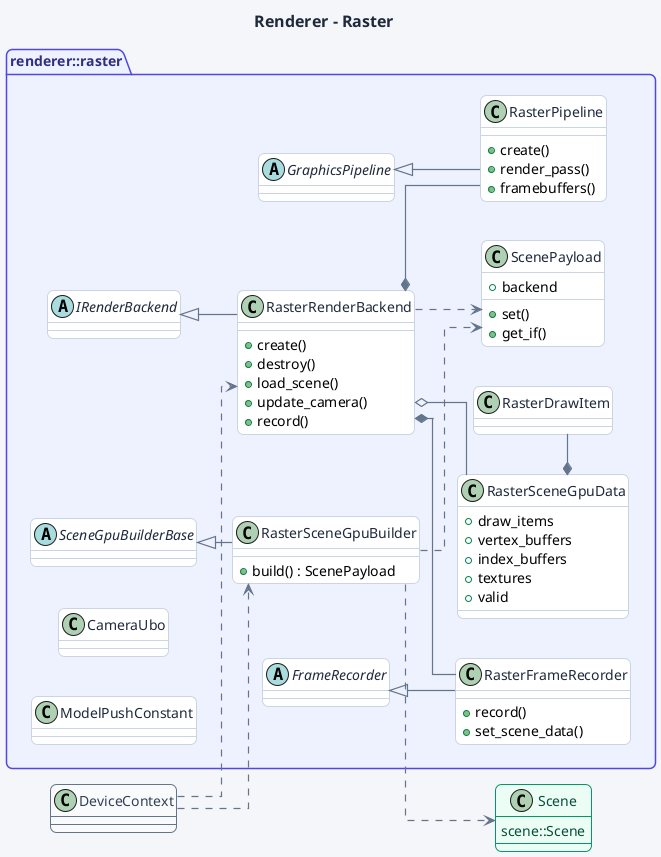
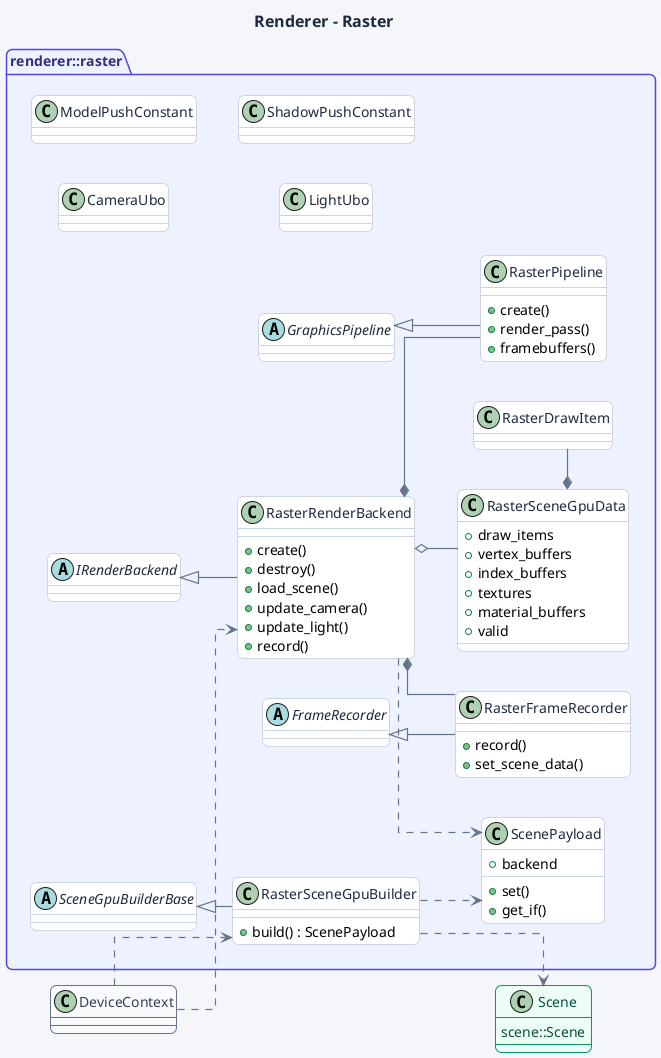
@startuml 06_raster_backend
' Generate: plantuml -tsvg -tpng -o architecture/out architecture/diagrams/06_raster_backend.puml

left to right direction
skinparam linetype ortho

skinparam shadowing false
skinparam roundcorner 12
skinparam handwritten false
skinparam backgroundColor #F4F6F9
skinparam ArrowColor #64748B
skinparam ArrowThickness 1.2
skinparam nodesep 40
skinparam ranksep 35

skinparam class {
  BackgroundColor #FFFFFF
  BorderColor #CBD5E1
  FontColor #1E293B
  BorderThickness 1
}

skinparam classAbstract {
  BackgroundColor #FFFFFF
  BorderColor #334155
  FontStyle italic
}

skinparam package {
  BackgroundColor #EEF2FF
  BorderColor #4F46E5
  FontColor #312E81
  FontStyle bold
  BorderThickness 1.5
}

skinparam title {
  FontColor #1E293B
  FontSize 16
  FontStyle bold
}

title Renderer - Raster

class Scene #ECFDF5;line:059669;text:064E3B {
  scene::Scene
}

class DeviceContext #F8FAFC;line:64748B;text:334155

package "renderer::raster" {

  together {
    abstract class SceneGpuBuilderBase
    class RasterSceneGpuBuilder {
      + build() : ScenePayload
    }
  }

  class ScenePayload {
    + backend
    + set()
    + get_if()
  }

  together {
    abstract class IRenderBackend
    class RasterRenderBackend {
      + create()
      + destroy()
      + load_scene()
      + update_camera()
+       + update_light()
      + record()
    }
  }

  together {
    abstract class GraphicsPipeline
    class RasterPipeline {
      + create()
      + render_pass()
      + framebuffers()
    }
  }

  together {
    abstract class FrameRecorder
    class RasterFrameRecorder {
      + record()
      + set_scene_data()
    }
  }

  class RasterSceneGpuData {
    + draw_items
    + vertex_buffers
    + index_buffers
    + textures
+     + material_buffers
    + valid
  }

  class RasterDrawItem

  together {
    class CameraUbo
    class ModelPushConstant
+     class LightUbo
+     class ShadowPushConstant
  }

  SceneGpuBuilderBase -[hidden]right- ScenePayload
  ScenePayload -[hidden]right- IRenderBackend
  IRenderBackend -[hidden]right- GraphicsPipeline
  GraphicsPipeline -[hidden]right- FrameRecorder
  FrameRecorder -[hidden]right- RasterSceneGpuData
  RasterSceneGpuData -[hidden]right- RasterDrawItem
}

SceneGpuBuilderBase <|-- RasterSceneGpuBuilder
IRenderBackend <|-- RasterRenderBackend
GraphicsPipeline <|-- RasterPipeline
FrameRecorder <|-- RasterFrameRecorder

RasterSceneGpuBuilder ..> Scene
RasterSceneGpuBuilder ..> ScenePayload
RasterRenderBackend ..> ScenePayload

RasterRenderBackend *-- RasterPipeline
RasterRenderBackend *-- RasterFrameRecorder
RasterRenderBackend o-- RasterSceneGpuData
RasterSceneGpuData *-- RasterDrawItem

DeviceContext ..> RasterSceneGpuBuilder
DeviceContext ..> RasterRenderBackend

@enduml
